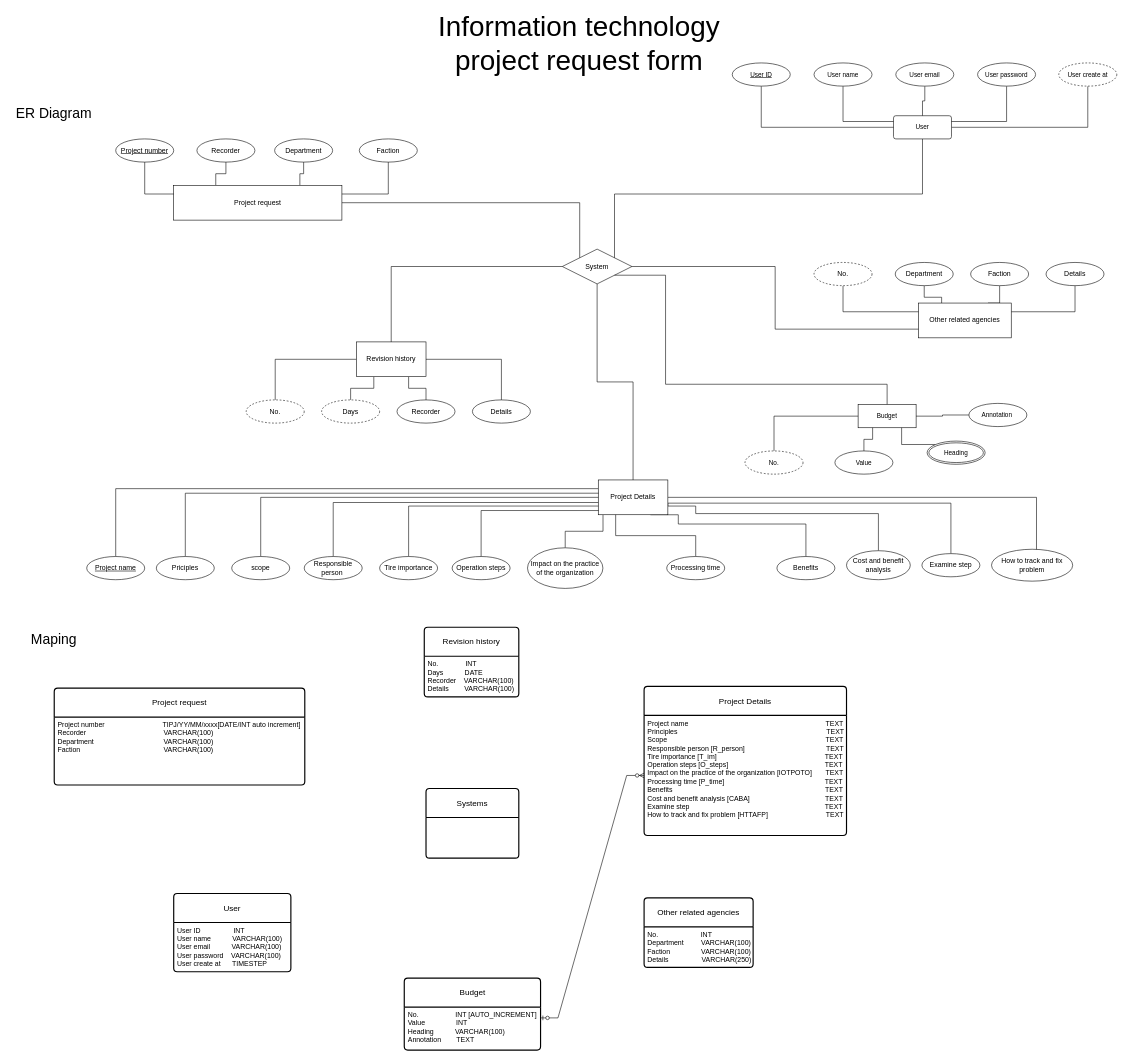
This is Untitled Diagram.drawio from RAZENGUNAHHH/Login_Resgister, a draw.io file, before an edit. Source tidied: cells renumbered, new cells numbered last; positions are measured from the earlier drawing's top-left corner, leaving out a move shared by most shapes. Both pictures are drawn from the tidied source at 58%, with x=0, y=0 at pixel (10, 34).
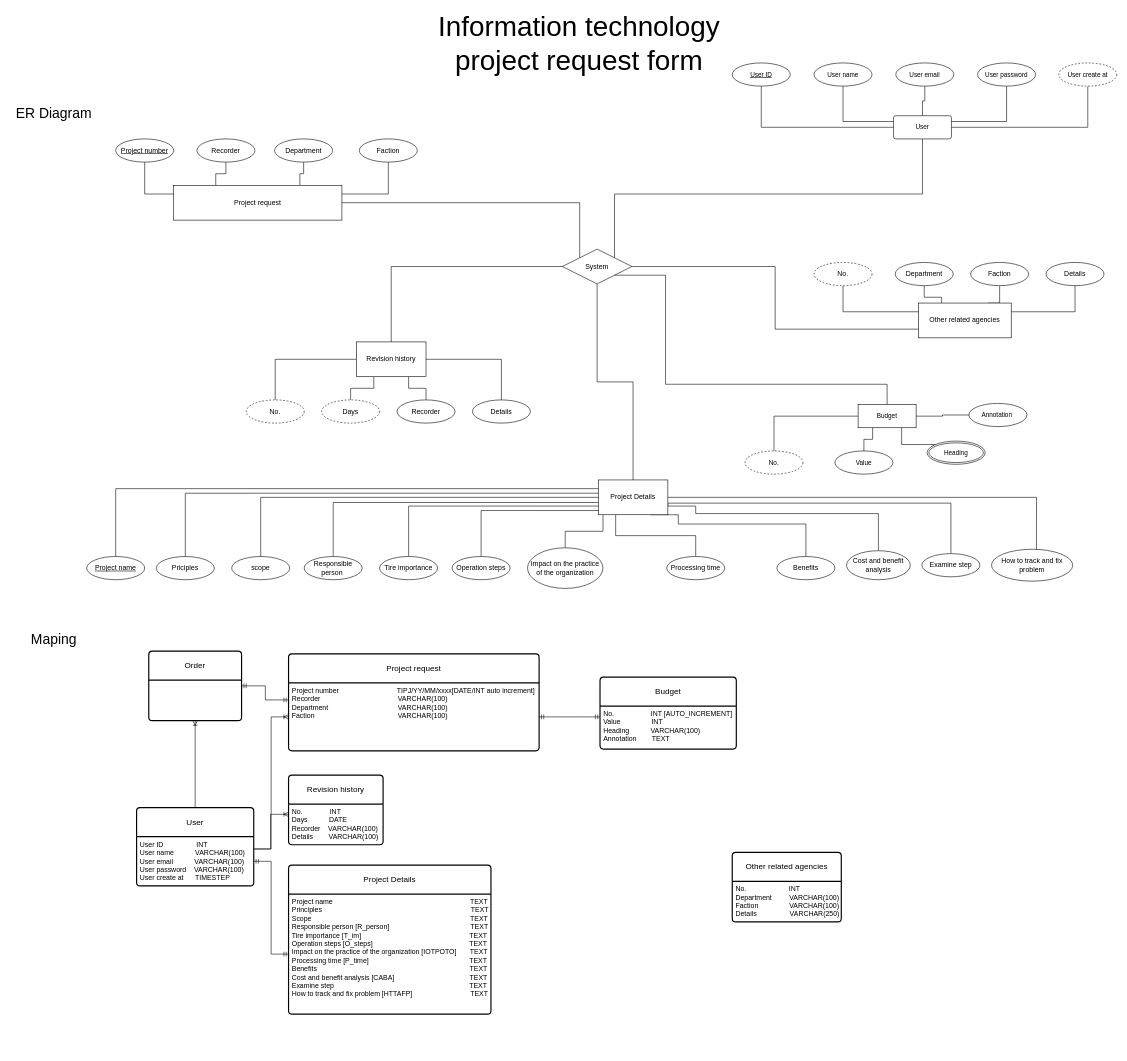
The same page after the edit.

The change refers to these unchanged cells:
```xml
<mxCell id="62" value="Project number&amp;nbsp;&lt;span style=&quot;white-space: pre;&quot;&gt; &lt;span style=&quot;white-space: pre;&quot;&gt;                            &lt;/span&gt;&lt;/span&gt;TIPJ/YY/MM/xxxx[DATE/INT auto increment]&lt;br&gt;Recorder&lt;span style=&quot;white-space: pre;&quot;&gt; &lt;/span&gt;&lt;span style=&quot;white-space: pre;&quot;&gt; &lt;/span&gt;&lt;span style=&quot;white-space: pre;&quot;&gt; &lt;span style=&quot;white-space: pre;&quot;&gt; &lt;/span&gt;&lt;span style=&quot;white-space: pre;&quot;&gt;                                    &lt;/span&gt;VARCHAR&lt;/span&gt;(100)&lt;br&gt;Department&lt;span style=&quot;white-space: pre;&quot;&gt; &lt;/span&gt;&lt;span style=&quot;white-space: pre;&quot;&gt; &lt;span style=&quot;white-space: pre;&quot;&gt; &lt;/span&gt;&lt;span style=&quot;white-space: pre;&quot;&gt;                                 &lt;/span&gt;VARCHAR&lt;/span&gt;(100)&lt;br&gt;Faction&amp;nbsp;&lt;span style=&quot;white-space: pre;&quot;&gt; &lt;/span&gt;&lt;span style=&quot;white-space: pre;&quot;&gt; &lt;span style=&quot;white-space: pre;&quot;&gt; &lt;/span&gt;&lt;span style=&quot;white-space: pre;&quot;&gt; &lt;span style=&quot;white-space: pre;&quot;&gt;                                      &lt;/span&gt;&lt;/span&gt;&lt;/span&gt;VARCHAR(100)" style="align=left;strokeColor=none;fillColor=none;spacingLeft=4;fontSize=12;verticalAlign=top;html=1;" parent="61" vertex="1">
  <mxGeometry y="50" width="432" height="117" as="geometry" />
</mxCell>
<mxCell id="66" value="No.&lt;span style=&quot;white-space: pre;&quot;&gt; &lt;/span&gt;&lt;span style=&quot;white-space: pre;&quot;&gt; &lt;span style=&quot;white-space: pre;&quot;&gt; &lt;span style=&quot;white-space: pre;&quot;&gt; &lt;/span&gt;&lt;span style=&quot;white-space: pre;&quot;&gt;          &lt;/span&gt;INT&lt;/span&gt;&lt;/span&gt;&lt;br&gt;Days&lt;span style=&quot;white-space: pre;&quot;&gt; &lt;span style=&quot;white-space: pre;&quot;&gt; &lt;span style=&quot;white-space: pre;&quot;&gt; &lt;/span&gt;&lt;span style=&quot;white-space: pre;&quot;&gt;        &lt;/span&gt;DATE&lt;/span&gt;&lt;/span&gt;&lt;br&gt;Recorder&lt;span style=&quot;white-space: pre;&quot;&gt; &lt;/span&gt;&lt;span style=&quot;white-space: pre;&quot;&gt; &lt;span style=&quot;white-space: pre;&quot;&gt;  &lt;/span&gt;VARCHAR&lt;/span&gt;(100)&lt;br&gt;Details&lt;span style=&quot;white-space: pre;&quot;&gt; &lt;/span&gt;&lt;span style=&quot;white-space: pre;&quot;&gt; &lt;span style=&quot;white-space: pre;&quot;&gt; &lt;/span&gt;&lt;span style=&quot;white-space: pre;&quot;&gt;     &lt;/span&gt;VARCHAR&lt;/span&gt;(100)" style="align=left;strokeColor=none;fillColor=none;spacingLeft=4;fontSize=12;verticalAlign=top;html=1;" parent="65" vertex="1">
  <mxGeometry y="50" width="163" height="70" as="geometry" />
</mxCell>
<mxCell id="68" value="Project name&lt;span style=&quot;white-space: pre;&quot;&gt; &lt;/span&gt;&lt;span style=&quot;white-space: pre;&quot;&gt; &lt;span style=&quot;white-space: pre;&quot;&gt; &lt;span style=&quot;white-space: pre;&quot;&gt; &lt;/span&gt;&lt;span style=&quot;white-space: pre;&quot;&gt; &lt;/span&gt;&lt;span style=&quot;white-space: pre;&quot;&gt; &lt;/span&gt;&lt;span style=&quot;white-space: pre;&quot;&gt; &lt;/span&gt;&lt;span style=&quot;white-space: pre;&quot;&gt; &lt;/span&gt;&lt;span style=&quot;white-space: pre;&quot;&gt; &lt;span style=&quot;white-space: pre;&quot;&gt; &lt;/span&gt;&lt;span style=&quot;white-space: pre;&quot;&gt;                                                             &lt;/span&gt;&lt;/span&gt;TEXT&lt;/span&gt;&lt;/span&gt;&lt;br&gt;Principles&lt;span style=&quot;white-space: pre;&quot;&gt; &lt;/span&gt;&lt;span style=&quot;white-space: pre;&quot;&gt; &lt;/span&gt;&lt;span style=&quot;white-space: pre;&quot;&gt; &lt;span style=&quot;white-space: pre;&quot;&gt; &lt;span style=&quot;white-space: pre;&quot;&gt; &lt;/span&gt;&lt;span style=&quot;white-space: pre;&quot;&gt; &lt;/span&gt;&lt;span style=&quot;white-space: pre;&quot;&gt; &lt;/span&gt;&lt;span style=&quot;white-space: pre;&quot;&gt; &lt;/span&gt;&lt;span style=&quot;white-space: pre;&quot;&gt; &lt;/span&gt;&lt;span style=&quot;white-space: pre;&quot;&gt; &lt;/span&gt;&lt;span style=&quot;white-space: pre;&quot;&gt; &lt;span style=&quot;white-space: pre;&quot;&gt; &lt;/span&gt;&lt;span style=&quot;white-space: pre;&quot;&gt;                                                                 &lt;/span&gt;&lt;/span&gt;TEXT&lt;/span&gt;&lt;/span&gt;&lt;br&gt;Scope&lt;span style=&quot;white-space: pre;&quot;&gt; &lt;/span&gt;&lt;span style=&quot;white-space: pre;&quot;&gt; &lt;/span&gt;&lt;span style=&quot;white-space: pre;&quot;&gt; &lt;span style=&quot;white-space: pre;&quot;&gt; &lt;span style=&quot;white-space: pre;&quot;&gt; &lt;/span&gt;&lt;span style=&quot;white-space: pre;&quot;&gt; &lt;/span&gt;&lt;span style=&quot;white-space: pre;&quot;&gt; &lt;span style=&quot;white-space: pre;&quot;&gt; &lt;/span&gt;&lt;span style=&quot;white-space: pre;&quot;&gt; &lt;/span&gt;&lt;span style=&quot;white-space: pre;&quot;&gt; &lt;/span&gt;&lt;span style=&quot;white-space: pre;&quot;&gt; &lt;/span&gt;&lt;span style=&quot;white-space: pre;&quot;&gt; &lt;span style=&quot;white-space: pre;&quot;&gt; &lt;/span&gt;&lt;span style=&quot;white-space: pre;&quot;&gt;                                                                     &lt;/span&gt;&lt;/span&gt;T&lt;/span&gt;EXT&lt;span style=&quot;white-space: pre;&quot;&gt; &lt;/span&gt;&lt;span style=&quot;white-space: pre;&quot;&gt; &lt;/span&gt;&lt;span style=&quot;white-space: pre;&quot;&gt; &lt;/span&gt;&lt;span style=&quot;white-space: pre;&quot;&gt; &lt;/span&gt;&lt;span style=&quot;white-space: pre;&quot;&gt; &lt;/span&gt;&lt;/span&gt;&lt;/span&gt;&lt;br&gt;Responsible person [R_person]&lt;span style=&quot;white-space: pre;&quot;&gt;&lt;span style=&quot;white-space: pre;&quot;&gt; &lt;/span&gt;&lt;span style=&quot;white-space: pre;&quot;&gt; &lt;/span&gt;&lt;span style=&quot;white-space: pre;&quot;&gt; &lt;span style=&quot;white-space: pre;&quot;&gt; &lt;/span&gt;&lt;span style=&quot;white-space: pre;&quot;&gt;                                      &lt;/span&gt;&lt;/span&gt;TEXT&lt;/span&gt;&lt;br&gt;Tire importance [T_im]&lt;span style=&quot;white-space: pre;&quot;&gt;&lt;span style=&quot;white-space: pre;&quot;&gt; &lt;/span&gt;&lt;span style=&quot;white-space: pre;&quot;&gt; &lt;/span&gt;&lt;span style=&quot;white-space: pre;&quot;&gt; &lt;/span&gt;&lt;span style=&quot;white-space: pre;&quot;&gt; &lt;/span&gt;&lt;span style=&quot;white-space: pre;&quot;&gt; &lt;span style=&quot;white-space: pre;&quot;&gt; &lt;/span&gt;&lt;span style=&quot;white-space: pre;&quot;&gt;                                                  &lt;/span&gt;&lt;/span&gt;TEXT&lt;/span&gt;&lt;br&gt;Operation steps [O_steps]&lt;span style=&quot;white-space: pre;&quot;&gt; &lt;/span&gt;&lt;span style=&quot;white-space: pre;&quot;&gt; &lt;/span&gt;&lt;span style=&quot;white-space: pre;&quot;&gt; &lt;/span&gt;&lt;span style=&quot;white-space: pre;&quot;&gt; &lt;span style=&quot;white-space: pre;&quot;&gt; &lt;/span&gt;&lt;span style=&quot;white-space: pre;&quot;&gt;                                             &lt;/span&gt;&lt;/span&gt;TEXT&lt;br&gt;Impact on the practice of the organization [IOTPOTO]&lt;span style=&quot;white-space: pre;&quot;&gt; &lt;span style=&quot;white-space: pre;&quot;&gt;      &lt;/span&gt;TEXT&lt;/span&gt;&lt;br&gt;Processing time [P_time]&lt;span style=&quot;white-space: pre;&quot;&gt; &lt;/span&gt;&lt;span style=&quot;white-space: pre;&quot;&gt; &lt;/span&gt;&lt;span style=&quot;white-space: pre;&quot;&gt; &lt;/span&gt;&lt;span style=&quot;white-space: pre;&quot;&gt; &lt;span style=&quot;white-space: pre;&quot;&gt; &lt;/span&gt;&lt;span style=&quot;white-space: pre;&quot;&gt;                                               &lt;/span&gt;&lt;/span&gt;TEXT&lt;br&gt;Benefits&lt;span style=&quot;white-space: pre;&quot;&gt; &lt;/span&gt;&lt;span style=&quot;white-space: pre;&quot;&gt; &lt;/span&gt;&lt;span style=&quot;white-space: pre;&quot;&gt; &lt;/span&gt;&lt;span style=&quot;white-space: pre;&quot;&gt; &lt;/span&gt;&lt;span style=&quot;white-space: pre;&quot;&gt; &lt;/span&gt;&lt;span style=&quot;white-space: pre;&quot;&gt; &lt;/span&gt;&lt;span style=&quot;white-space: pre;&quot;&gt; &lt;/span&gt;&lt;span style=&quot;white-space: pre;&quot;&gt; &lt;span style=&quot;white-space: pre;&quot;&gt; &lt;/span&gt;&lt;span style=&quot;white-space: pre;&quot;&gt;                                                                      &lt;/span&gt;&lt;/span&gt;TEXT&lt;br&gt;Cost and benefit analysis [CABA]&lt;span style=&quot;white-space: pre;&quot;&gt; &lt;/span&gt;&lt;span style=&quot;white-space: pre;&quot;&gt; &lt;/span&gt;&lt;span style=&quot;white-space: pre;&quot;&gt; &lt;span style=&quot;white-space: pre;&quot;&gt; &lt;/span&gt;&lt;span style=&quot;white-space: pre;&quot;&gt;                                   &lt;/span&gt;&lt;/span&gt;TEXT&lt;br&gt;Examine step&lt;span style=&quot;white-space: pre;&quot;&gt; &lt;/span&gt;&lt;span style=&quot;white-space: pre;&quot;&gt; &lt;/span&gt;&lt;span style=&quot;white-space: pre;&quot;&gt; &lt;/span&gt;&lt;span style=&quot;white-space: pre;&quot;&gt; &lt;/span&gt;&lt;span style=&quot;white-space: pre;&quot;&gt; &lt;/span&gt;&lt;span style=&quot;white-space: pre;&quot;&gt; &lt;/span&gt;&lt;span style=&quot;white-space: pre;&quot;&gt; &lt;span style=&quot;white-space: pre;&quot;&gt; &lt;/span&gt;&lt;span style=&quot;white-space: pre;&quot;&gt;                                                              &lt;/span&gt;&lt;/span&gt;TEXT&lt;br&gt;How to track and fix problem [HTTAFP]&lt;span style=&quot;white-space: pre;&quot;&gt; &lt;/span&gt;&lt;span style=&quot;white-space: pre;&quot;&gt; &lt;span style=&quot;white-space: pre;&quot;&gt; &lt;span style=&quot;white-space: pre;&quot;&gt;                           &lt;/span&gt;&lt;/span&gt;T&lt;/span&gt;EXT" style="align=left;strokeColor=none;fillColor=none;spacingLeft=4;fontSize=12;verticalAlign=top;html=1;" parent="67" vertex="1">
  <mxGeometry y="50" width="349" height="207" as="geometry" />
</mxCell>
<mxCell id="83" value="User ID&lt;span style=&quot;white-space: pre;&quot;&gt; &lt;/span&gt;&lt;span style=&quot;white-space: pre;&quot;&gt; &lt;/span&gt;&lt;span style=&quot;white-space: pre;&quot;&gt;               &lt;/span&gt;INT&lt;br&gt;User name&lt;span style=&quot;white-space: pre;&quot;&gt; &lt;/span&gt;&lt;span style=&quot;white-space: pre;&quot;&gt; &lt;/span&gt;&lt;span style=&quot;white-space: pre;&quot;&gt;         &lt;/span&gt;VARCHAR(100)&lt;br&gt;User email&lt;span style=&quot;white-space: pre;&quot;&gt; &lt;/span&gt;&lt;span style=&quot;white-space: pre;&quot;&gt; &lt;/span&gt;&lt;span style=&quot;white-space: pre;&quot;&gt;         &lt;/span&gt;VARCHAR(100)&lt;br&gt;User password&lt;span style=&quot;white-space: pre;&quot;&gt; &lt;/span&gt;&lt;span style=&quot;white-space: pre;&quot;&gt;   &lt;/span&gt;VARCHAR(100)&lt;br&gt;User create at&lt;span style=&quot;white-space: pre;&quot;&gt; &lt;/span&gt;&lt;span style=&quot;white-space: pre;&quot;&gt; &lt;/span&gt;&lt;span style=&quot;white-space: pre;&quot;&gt;    &lt;/span&gt;TIMESTEP" style="align=left;strokeColor=none;fillColor=none;spacingLeft=4;fontSize=12;verticalAlign=top;html=1;fontFamily=Helvetica;fontColor=default;" parent="82" vertex="1">
  <mxGeometry y="50" width="202" height="85" as="geometry" />
</mxCell>
<mxCell id="96" value="No.&amp;nbsp; &amp;nbsp; &amp;nbsp; &amp;nbsp; &amp;nbsp; &amp;nbsp; &amp;nbsp; &amp;nbsp; &amp;nbsp; &amp;nbsp;INT [AUTO_INCREMENT]&amp;nbsp;&lt;br&gt;Value&amp;nbsp; &amp;nbsp; &amp;nbsp; &amp;nbsp; &amp;nbsp; &amp;nbsp; &amp;nbsp; &amp;nbsp; INT&lt;br&gt;Heading&amp;nbsp; &amp;nbsp; &amp;nbsp; &amp;nbsp; &amp;nbsp; &amp;nbsp;VARCHAR(100)&lt;br&gt;Annotation&amp;nbsp; &amp;nbsp; &amp;nbsp; &amp;nbsp; TEXT" style="align=left;strokeColor=none;fillColor=none;spacingLeft=4;fontSize=12;verticalAlign=top;html=1;fontFamily=Helvetica;fontColor=default;" parent="95" vertex="1">
  <mxGeometry y="50" width="235" height="74" as="geometry" />
</mxCell>
```

The edit, as a diff of the source:
```diff
@@
     <mxCell id="61" value="Project request" style="swimlane;horizontal=1;startSize=50;rounded=1;fontSize=14;fontStyle=0;strokeWidth=2;shadow=0;dashed=0;align=center;arcSize=4;whiteSpace=wrap;html=1;" parent="1" vertex="1">
-      <mxGeometry x="76" y="1127" width="432" height="167" as="geometry" />
+      <mxGeometry x="480" y="1068" width="432" height="167" as="geometry" />
     </mxCell>
@@
     <mxCell id="63" value="Other related agencies" style="swimlane;horizontal=1;startSize=50;rounded=1;fontSize=14;fontStyle=0;strokeWidth=2;shadow=0;dashed=0;align=center;arcSize=4;whiteSpace=wrap;html=1;" parent="1" vertex="1">
-      <mxGeometry x="1093" y="1488.5" width="188" height="120" as="geometry" />
+      <mxGeometry x="1245" y="1410" width="188" height="120" as="geometry" />
     </mxCell>
@@
     <mxCell id="65" value="Revision history" style="swimlane;horizontal=1;startSize=50;rounded=1;fontSize=14;fontStyle=0;strokeWidth=2;shadow=0;dashed=0;align=center;arcSize=4;whiteSpace=wrap;html=1;" parent="1" vertex="1">
-      <mxGeometry x="714" y="1022" width="163" height="120" as="geometry" />
+      <mxGeometry x="480" y="1277" width="163" height="120" as="geometry" />
     </mxCell>
@@
     <mxCell id="67" value="Project Details" style="swimlane;horizontal=1;startSize=50;rounded=1;fontSize=14;fontStyle=0;strokeWidth=2;shadow=0;dashed=0;align=center;arcSize=4;whiteSpace=wrap;html=1;" parent="1" vertex="1">
-      <mxGeometry x="1093" y="1124" width="349" height="257" as="geometry" />
+      <mxGeometry x="480" y="1432" width="349" height="257" as="geometry" />
     </mxCell>
@@
     <mxCell id="82" value="User" style="swimlane;horizontal=1;startSize=50;rounded=1;fontSize=14;fontStyle=0;strokeWidth=2;shadow=0;dashed=0;align=center;arcSize=4;whiteSpace=wrap;html=1;fontFamily=Helvetica;fontColor=default;" parent="1" vertex="1">
-      <mxGeometry x="282" y="1481" width="202" height="135" as="geometry" />
+      <mxGeometry x="218" y="1333" width="202" height="135" as="geometry" />
     </mxCell>
@@
-    <mxCell id="84" value="Systems" style="swimlane;horizontal=1;startSize=50;rounded=1;fontSize=14;fontStyle=0;strokeWidth=2;shadow=0;dashed=0;align=center;arcSize=4;whiteSpace=wrap;html=1;" parent="1" vertex="1">
-      <mxGeometry x="717" y="1300" width="160" height="120" as="geometry" />
+    <mxCell id="84" value="Order" style="swimlane;horizontal=1;startSize=50;rounded=1;fontSize=14;fontStyle=0;strokeWidth=2;shadow=0;dashed=0;align=center;arcSize=4;whiteSpace=wrap;html=1;" parent="1" vertex="1">
+      <mxGeometry x="239" y="1063" width="160" height="120" as="geometry" />
     </mxCell>
@@
     <mxCell id="95" value="Budget" style="swimlane;horizontal=1;startSize=50;rounded=1;fontSize=14;fontStyle=0;strokeWidth=2;shadow=0;dashed=0;align=center;arcSize=4;whiteSpace=wrap;html=1;fontFamily=Helvetica;fontColor=default;" parent="1" vertex="1">
-      <mxGeometry x="679.5" y="1627" width="235" height="124" as="geometry" />
+      <mxGeometry x="1017" y="1108" width="235" height="124" as="geometry" />
     </mxCell>
@@
-    <mxCell id="97" style="edgeStyle=entityRelationEdgeStyle;fontSize=12;html=1;endArrow=ERzeroToMany;startArrow=ERzeroToOne;rounded=0;labelBackgroundColor=default;strokeColor=default;fontFamily=Helvetica;fontColor=default;shape=connector;exitX=1;exitY=0.25;exitDx=0;exitDy=0;" parent="1" edge="1" source="96" target="68">
-      <mxGeometry relative="1" as="geometry" />
-    </mxCell>
+    <mxCell id="98" style="edgeStyle=entityRelationEdgeStyle;fontSize=12;html=1;endArrow=ERoneToMany;rounded=0;labelBackgroundColor=default;strokeColor=default;fontFamily=Helvetica;fontColor=default;shape=connector;exitX=1;exitY=0.25;exitDx=0;exitDy=0;entryX=0;entryY=0.5;entryDx=0;entryDy=0;" parent="1" edge="1" source="83" target="62">
+      <mxGeometry relative="1" as="geometry" />
+    </mxCell>
+    <mxCell id="99" style="edgeStyle=elbowEdgeStyle;fontSize=12;html=1;endArrow=ERoneToMany;rounded=0;labelBackgroundColor=default;strokeColor=default;fontFamily=Helvetica;fontColor=default;shape=connector;entryX=0;entryY=0.25;entryDx=0;entryDy=0;exitX=1;exitY=0.25;exitDx=0;exitDy=0;" parent="1" edge="1" source="83" target="66">
+      <mxGeometry relative="1" as="geometry">
+        <Array as="points">
+          <mxPoint x="449" y="1365" />
+        </Array>
+      </mxGeometry>
+    </mxCell>
+    <mxCell id="100" style="edgeStyle=entityRelationEdgeStyle;fontSize=12;html=1;endArrow=ERmandOne;startArrow=ERmandOne;rounded=0;labelBackgroundColor=default;strokeColor=default;fontFamily=Helvetica;fontColor=default;shape=connector;entryX=0;entryY=0.5;entryDx=0;entryDy=0;exitX=1;exitY=0.5;exitDx=0;exitDy=0;" parent="1" edge="1" source="83" target="68">
+      <mxGeometry relative="1" as="geometry" />
+    </mxCell>
+    <mxCell id="101" style="edgeStyle=entityRelationEdgeStyle;fontSize=12;html=1;endArrow=ERmandOne;startArrow=ERmandOne;rounded=0;labelBackgroundColor=default;strokeColor=default;fontFamily=Helvetica;fontColor=default;shape=connector;entryX=0;entryY=0.25;entryDx=0;entryDy=0;exitX=1;exitY=0.5;exitDx=0;exitDy=0;" parent="1" edge="1" source="62" target="96">
+      <mxGeometry relative="1" as="geometry" />
+    </mxCell>
+    <mxCell id="102" style="edgeStyle=elbowEdgeStyle;fontSize=12;html=1;endArrow=ERoneToMany;rounded=0;labelBackgroundColor=default;strokeColor=default;fontFamily=Helvetica;fontColor=default;shape=connector;entryX=0.5;entryY=1;entryDx=0;entryDy=0;exitX=0.5;exitY=0;exitDx=0;exitDy=0;" parent="1" edge="1" source="82" target="84">
+      <mxGeometry relative="1" as="geometry">
+        <Array as="points">
+          <mxPoint x="319" y="1265" />
+        </Array>
+      </mxGeometry>
+    </mxCell>
+    <mxCell id="103" style="edgeStyle=elbowEdgeStyle;fontSize=12;html=1;endArrow=ERmandOne;startArrow=ERmandOne;rounded=0;labelBackgroundColor=default;strokeColor=default;fontFamily=Helvetica;fontColor=default;shape=connector;entryX=1;entryY=0.5;entryDx=0;entryDy=0;exitX=0;exitY=0.25;exitDx=0;exitDy=0;" parent="1" edge="1" source="62" target="84">
+      <mxGeometry relative="1" as="geometry" />
+    </mxCell>
```
